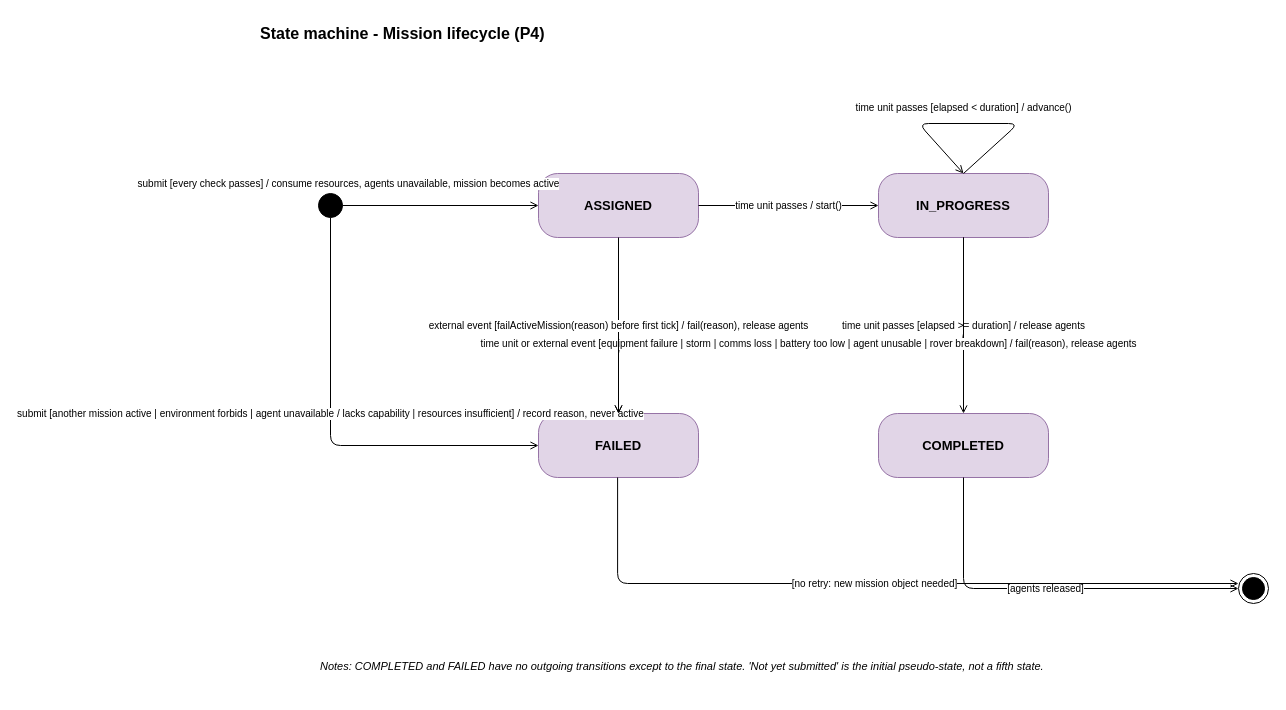
Above: docs/UML/10-state-machine-p4.drawio in YassinAwad66/MARS-OPS (draw.io), before the change. Source tidied: cells renumbered, new cells numbered last; positions are measured from the earlier drawing's top-left corner, leaving out a move shared by most shapes. Both pictures are drawn from the tidied source at 100%, with x=0, y=0 at pixel (258, 17).
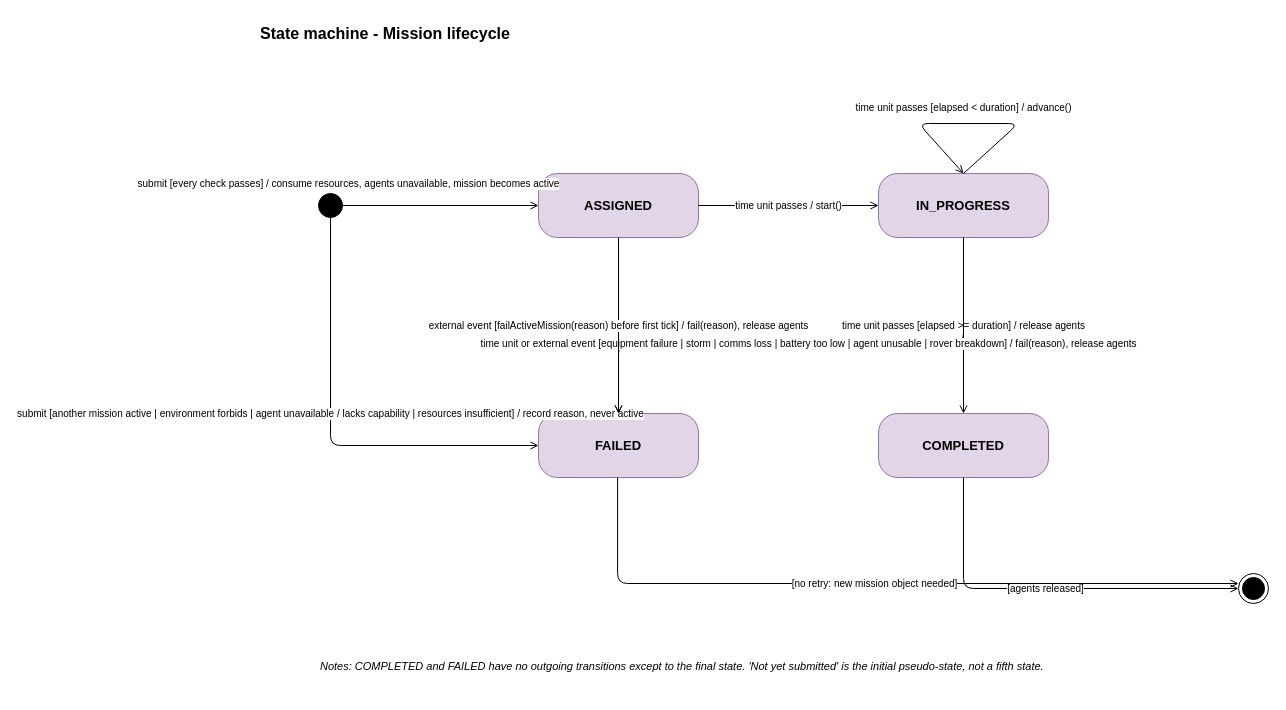
The same page after the edit.

The edit, as a diff of the source:
```diff
@@
-    <mxCell id="2" value="State machine - Mission lifecycle (P4)" style="text;html=1;align=left;fontStyle=1;fontSize=16;" parent="1" vertex="1">
+    <mxCell id="2" value="State machine - Mission lifecycle" style="text;html=1;align=left;fontStyle=1;fontSize=16;" parent="1" vertex="1">
       <mxGeometry width="800" height="30" as="geometry" />
     </mxCell>
```
